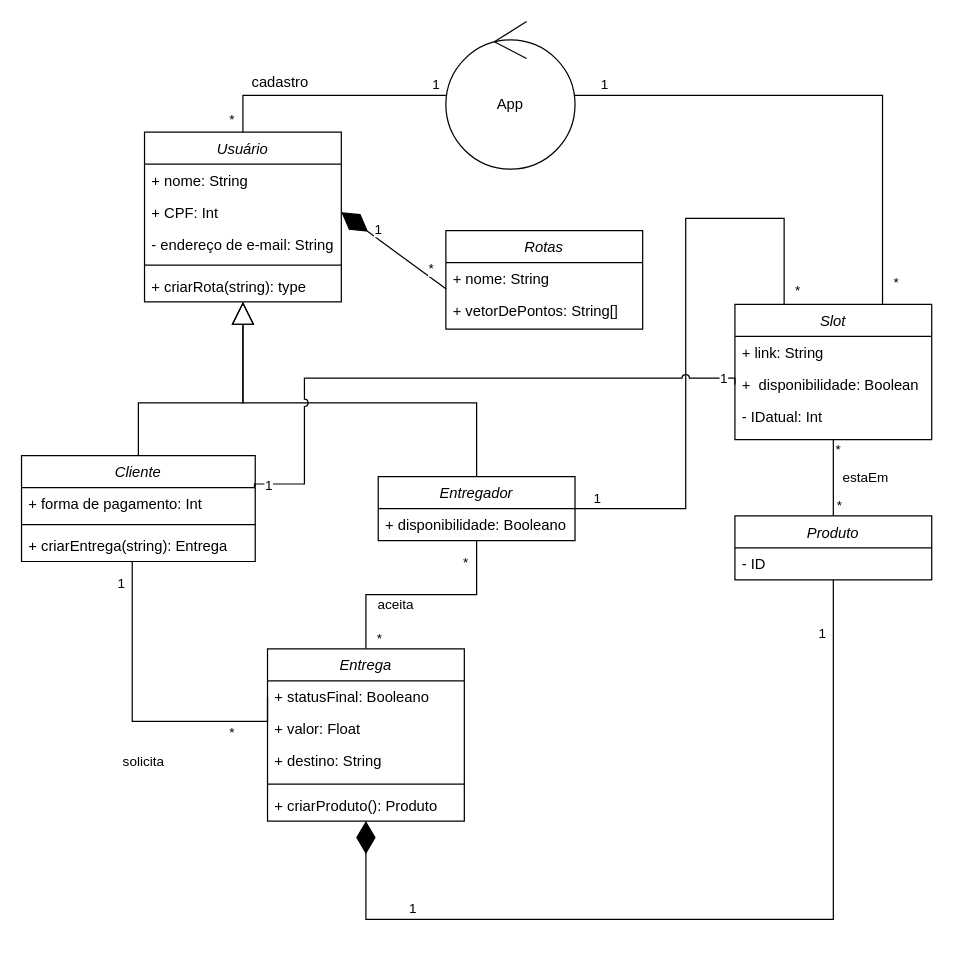
bruniculos08/SOFT003 keeps this draw.io diagram as Diagrama de Classes- Projeto.drawio. Above is the earlier version. Source tidied: cells renumbered, new cells numbered last; positions are measured from the earlier drawing's top-left corner, leaving out a move shared by most shapes. Both pictures are drawn from the tidied source at 123%, with x=0, y=0 at pixel (21, 21).
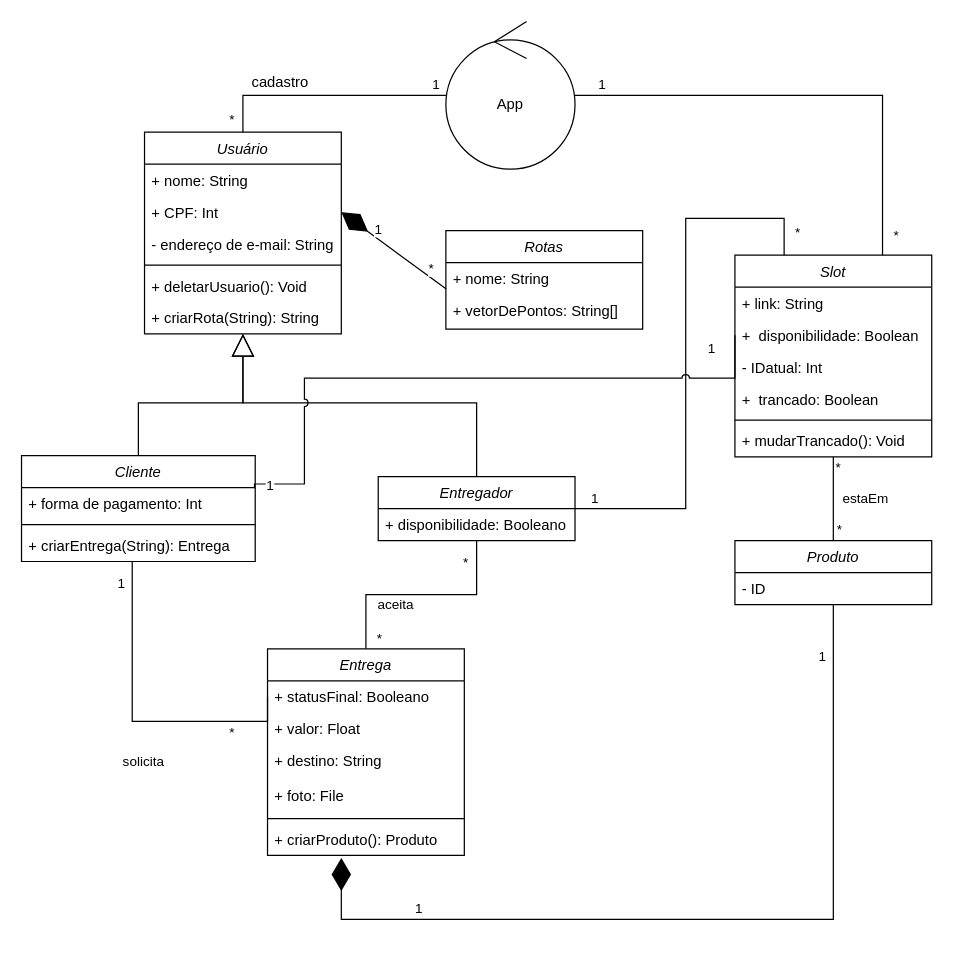
The same page after the edit.

The change refers to these unchanged cells:
```xml
<mxCell id="12" value="Cliente" style="swimlane;fontStyle=2;align=center;verticalAlign=top;horizontal=1;startSize=26;rounded=0;shadow=0;strokeWidth=1;" parent="1" vertex="1">
  <mxGeometry y="353" width="190" height="86" as="geometry" />
</mxCell>
<mxCell id="20" value="Entregador" style="swimlane;fontStyle=2;align=center;verticalAlign=top;horizontal=1;startSize=26;rounded=0;shadow=0;strokeWidth=1;" parent="1" vertex="1">
  <mxGeometry x="290" y="370" width="160" height="52" as="geometry" />
</mxCell>
<mxCell id="25" value="- ID" style="text;align=left;verticalAlign=top;spacingLeft=4;spacingRight=4;overflow=hidden;points=[[0,0.5],[1,0.5]];portConstraint=eastwest;" parent="24" vertex="1">
  <mxGeometry y="26" width="160" height="26" as="geometry" />
</mxCell>
<mxCell id="60" style="edgeStyle=orthogonalEdgeStyle;rounded=0;jettySize=auto;html=1;exitX=0;exitY=0.5;exitDx=0;exitDy=0;entryX=0.997;entryY=0.018;entryDx=0;entryDy=0;endArrow=none;endFill=0;sketch=0;jumpStyle=arc;entryPerimeter=0;" parent="1" edge="1" source="32" target="13">
  <mxGeometry relative="1" as="geometry">
    <Array as="points">
      <mxPoint x="580" y="290" />
      <mxPoint x="230" y="290" />
      <mxPoint x="230" y="376" />
    </Array>
  </mxGeometry>
</mxCell>
```

The edit, as a diff of the source:
```diff
@@
     <mxCell id="2" value="Usuário" style="swimlane;fontStyle=2;align=center;verticalAlign=top;horizontal=1;startSize=26;rounded=0;shadow=0;strokeWidth=1;" parent="1" vertex="1">
-      <mxGeometry x="100" y="90" width="160" height="138" as="geometry" />
+      <mxGeometry x="100" y="90" width="160" height="164" as="geometry" />
     </mxCell>
@@
+    <mxCell id="63" value="+ deletarUsuario(): Void " style="text;align=left;verticalAlign=top;spacingLeft=4;spacingRight=4;overflow=hidden;rounded=0;shadow=0;html=0;" parent="2" vertex="1">
+      <mxGeometry y="112" width="160" height="26" as="geometry" />
+    </mxCell>
-    <mxCell id="7" value="+ criarRota(string): type" style="text;strokeColor=none;fillColor=none;align=left;verticalAlign=top;spacingLeft=4;spacingRight=4;overflow=hidden;" parent="2" vertex="1">
-      <mxGeometry y="112" width="160" height="26" as="geometry" />
+    <mxCell id="7" value="+ criarRota(String): String" style="text;strokeColor=none;fillColor=none;align=left;verticalAlign=top;spacingLeft=4;spacingRight=4;overflow=hidden;" parent="2" vertex="1">
+      <mxGeometry y="138" width="160" height="26" as="geometry" />
     </mxCell>
@@
-    <mxCell id="15" value="+ criarEntrega(string): Entrega" style="text;strokeColor=none;fillColor=none;align=left;verticalAlign=top;spacingLeft=4;spacingRight=4;overflow=hidden;" parent="12" vertex="1">
+    <mxCell id="15" value="+ criarEntrega(String): Entrega" style="text;strokeColor=none;fillColor=none;align=left;verticalAlign=top;spacingLeft=4;spacingRight=4;overflow=hidden;" parent="12" vertex="1">
       <mxGeometry y="60" width="190" height="26" as="geometry" />
     </mxCell>
@@
     <mxCell id="24" value="Produto" style="swimlane;fontStyle=2;align=center;verticalAlign=top;horizontal=1;startSize=26;rounded=0;shadow=0;strokeWidth=1;" parent="1" vertex="1">
-      <mxGeometry x="580" y="402" width="160" height="52" as="geometry" />
+      <mxGeometry x="580" y="422" width="160" height="52" as="geometry" />
     </mxCell>
@@
     <mxCell id="30" value="Slot" style="swimlane;fontStyle=2;align=center;verticalAlign=top;horizontal=1;startSize=26;rounded=0;shadow=0;strokeWidth=1;" parent="1" vertex="1">
-      <mxGeometry x="580" y="230" width="160" height="110" as="geometry" />
+      <mxGeometry x="580" y="190" width="160" height="164" as="geometry" />
     </mxCell>
@@
+    <mxCell id="64" value="+  trancado: Boolean" style="text;align=left;verticalAlign=top;spacingLeft=4;spacingRight=4;overflow=hidden;rounded=0;shadow=0;html=0;" parent="30" vertex="1">
+      <mxGeometry y="104" width="160" height="26" as="geometry" />
+    </mxCell>
+    <mxCell id="65" style="line;strokeWidth=1;fillColor=none;align=left;verticalAlign=middle;spacingTop=-1;spacingLeft=3;spacingRight=3;labelPosition=right;" parent="30" vertex="1">
+      <mxGeometry y="130" width="160" height="8" as="geometry" />
+    </mxCell>
+    <mxCell id="66" value="+ mudarTrancado(): Void " style="text;align=left;verticalAlign=top;spacingLeft=4;spacingRight=4;overflow=hidden;rounded=0;shadow=0;html=0;" parent="30" vertex="1">
+      <mxGeometry y="138" width="160" height="26" as="geometry" />
+    </mxCell>
@@
     <mxCell id="41" value="Entrega" style="swimlane;fontStyle=2;align=center;verticalAlign=top;horizontal=1;startSize=26;rounded=0;shadow=0;strokeWidth=1;" parent="1" vertex="1">
-      <mxGeometry x="200" y="510" width="160" height="140" as="geometry" />
+      <mxGeometry x="200" y="510" width="160" height="168" as="geometry" />
     </mxCell>
@@
+    <mxCell id="67" value="+ foto: File" style="text;align=left;verticalAlign=top;spacingLeft=4;spacingRight=4;overflow=hidden;" parent="41" vertex="1">
+      <mxGeometry y="106" width="160" height="28" as="geometry" />
+    </mxCell>
     <mxCell id="45" style="line;strokeWidth=1;fillColor=none;align=left;verticalAlign=middle;spacingTop=-1;spacingLeft=3;spacingRight=3;labelPosition=right;" parent="41" vertex="1">
-      <mxGeometry y="106" width="160" height="8" as="geometry" />
+      <mxGeometry y="134" width="160" height="8" as="geometry" />
     </mxCell>
     <mxCell id="46" value="+ criarProduto(): Produto" style="text;strokeColor=none;fillColor=none;align=left;verticalAlign=top;spacingLeft=4;spacingRight=4;overflow=hidden;points=[[0,0.5],[1,0.5]];portConstraint=eastwest;" parent="41" vertex="1">
-      <mxGeometry y="114" width="160" height="26" as="geometry" />
+      <mxGeometry y="142" width="160" height="26" as="geometry" />
     </mxCell>
     <mxCell id="47" style="edgeStyle=orthogonalEdgeStyle;rounded=0;jettySize=auto;html=1;exitX=1;exitY=0.5;exitDx=0;exitDy=0;startArrow=none;startFill=0;endArrow=none;endFill=0;" parent="1" edge="1" source="20">
       <mxGeometry relative="1" as="geometry">
-        <mxPoint x="620" y="230" as="targetPoint" />
+        <mxPoint x="620" y="190" as="targetPoint" />
         <Array as="points">
           <mxPoint x="540" y="396" />
           <mxPoint x="540" y="160" />
           <mxPoint x="620" y="160" />
         </Array>
       </mxGeometry>
     </mxCell>
@@
     <mxCell id="49" value="*" style="edgeLabel;html=1;align=center;verticalAlign=middle;" parent="47" vertex="1">
       <mxGeometry x="0.95" y="2" relative="1" as="geometry">
-        <mxPoint x="8" as="offset" />
+        <mxPoint x="8" y="-8" as="offset" />
       </mxGeometry>
     </mxCell>
@@
-    <mxCell id="57" style="endArrow=diamondThin;endFill=1;endSize=24;html=1;rounded=0;" parent="1" edge="1" source="25" target="46">
+    <mxCell id="57" style="endArrow=diamondThin;endFill=1;endSize=24;html=1;rounded=0;" parent="1" edge="1" source="25">
       <mxGeometry relative="1" as="geometry">
+        <mxPoint x="260" y="680" as="targetPoint" />
         <Array as="points">
           <mxPoint x="660" y="730" />
           <mxPoint x="280" y="730" />
-          <mxPoint x="280" y="650" />
+          <mxPoint x="260" y="730" />
+          <mxPoint x="260" y="700" />
         </Array>
       </mxGeometry>
     </mxCell>
@@
     <mxCell id="62" value="1" style="edgeLabel;html=1;align=center;verticalAlign=middle;" parent="60" vertex="1">
-      <mxGeometry x="-0.94" y="-1" relative="1" as="geometry" />
+      <mxGeometry x="-0.94" y="-1" relative="1" as="geometry">
+        <mxPoint x="-19" y="-5" as="offset" />
+      </mxGeometry>
     </mxCell>
```
